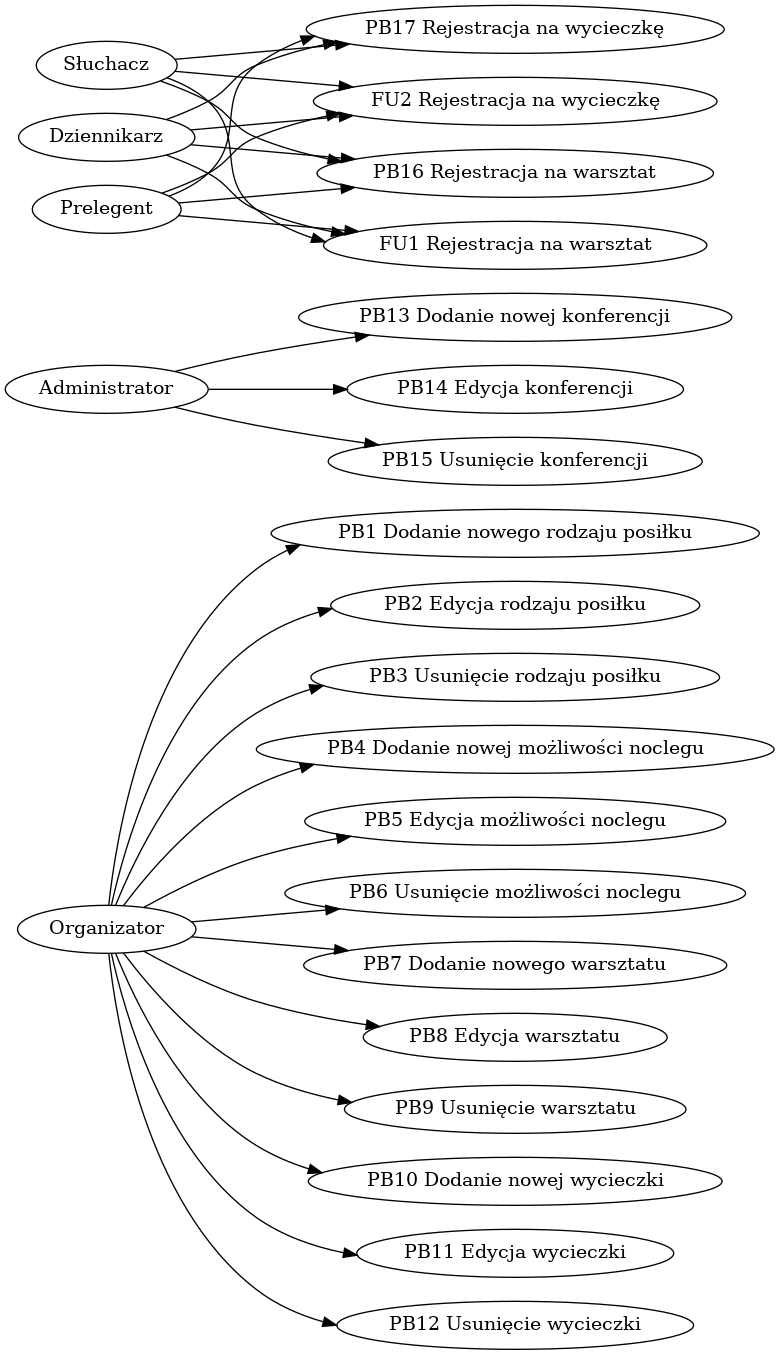
The Graphviz diagram przypadki.png in zyla/iop_konferencja, before a commit. Its source is kept beside it as przypadki.dot.
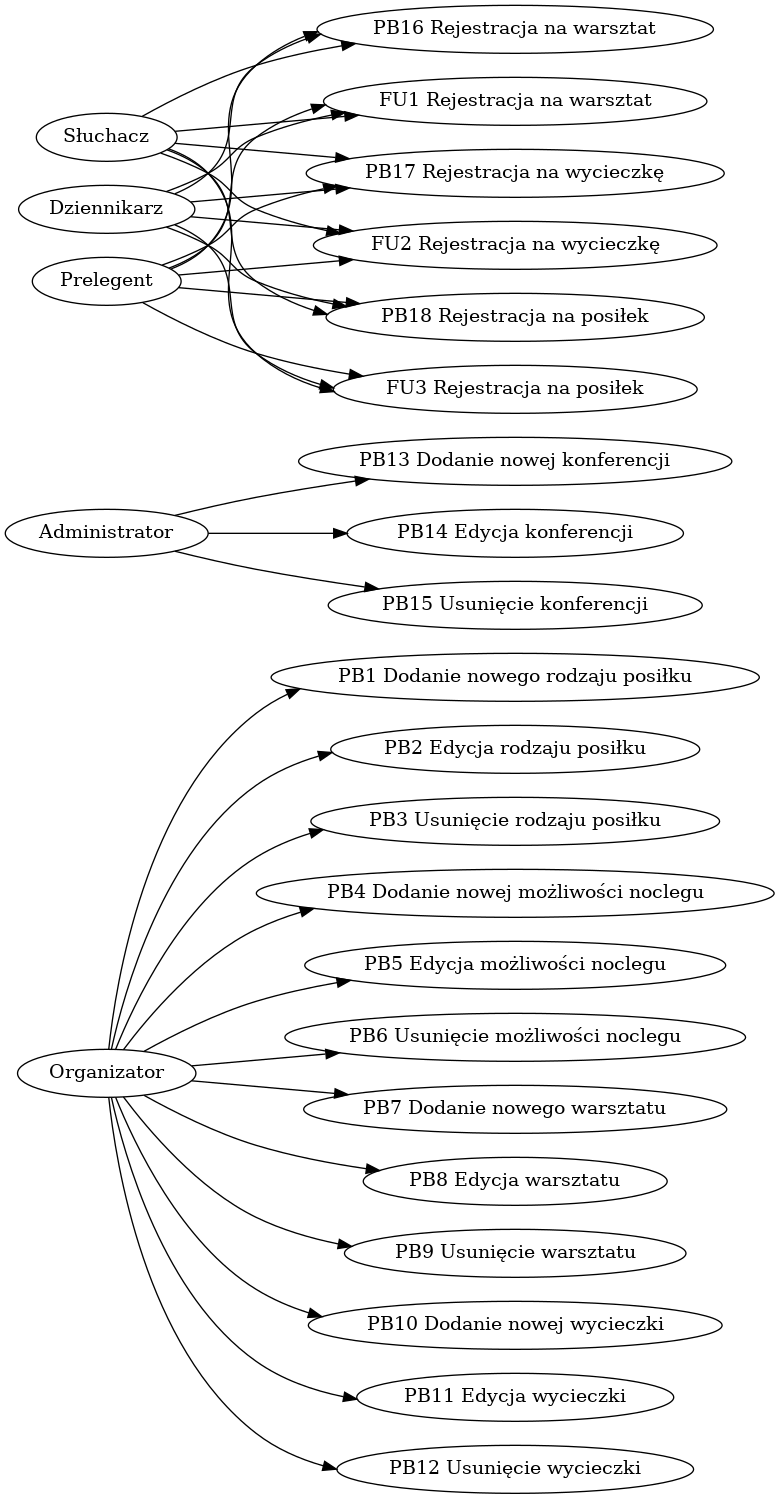
Above is the later version.

Change to the diagram source:
```diff
@@ -25,4 +25,10 @@
 "Słuchacz" -> "FU2 Rejestracja na wycieczkę"
 "Dziennikarz" -> "FU2 Rejestracja na wycieczkę"
 "Prelegent" -> "FU2 Rejestracja na wycieczkę"
+"Słuchacz" -> "PB18 Rejestracja na posiłek"
+"Dziennikarz" -> "PB18 Rejestracja na posiłek"
+"Prelegent" -> "PB18 Rejestracja na posiłek"
+"Słuchacz" -> "FU3 Rejestracja na posiłek"
+"Dziennikarz" -> "FU3 Rejestracja na posiłek"
+"Prelegent" -> "FU3 Rejestracja na posiłek"
  }
```
